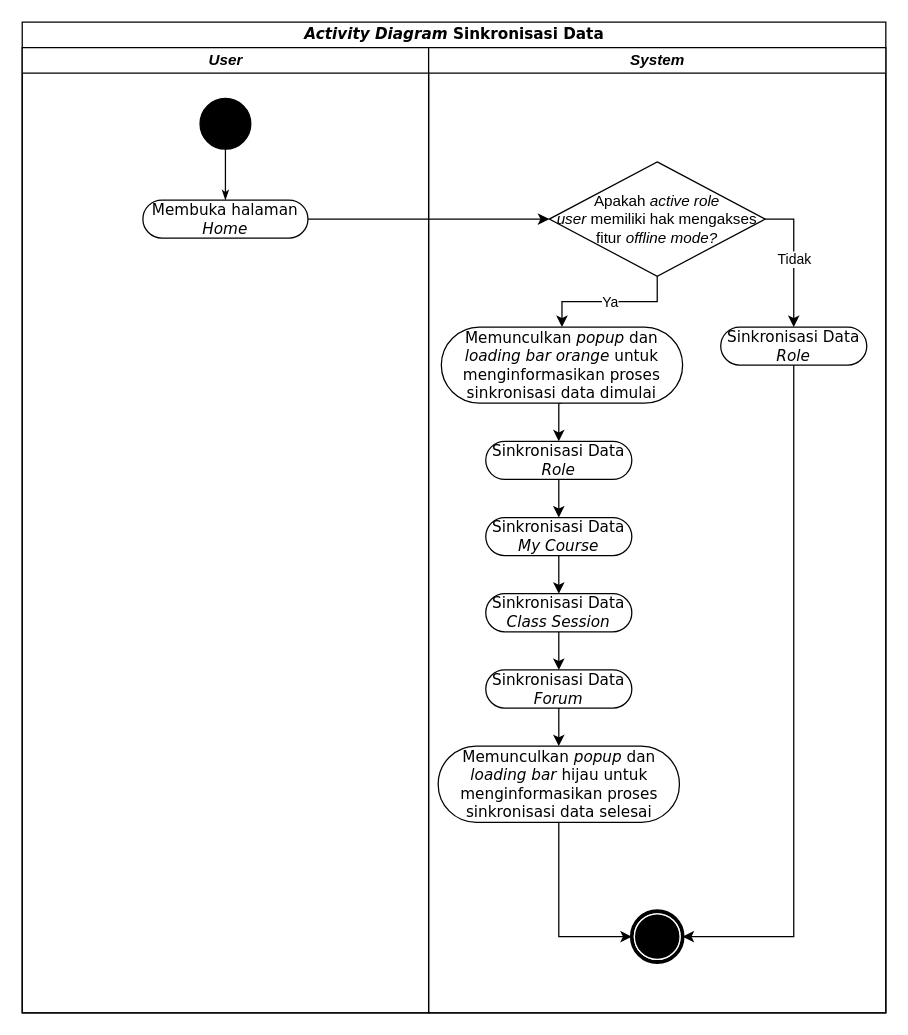
The draw.io diagram diagrams/sinkronisasi_data/Activity Diagram.drawio in angeliawidjaja/offline-mode-paper, before the edit. Source tidied: cells renumbered, new cells numbered last; positions are measured from the earlier drawing's top-left corner, leaving out a move shared by most shapes. Both pictures are drawn from the tidied source at 127%, with x=0, y=0 at pixel (22, 22).
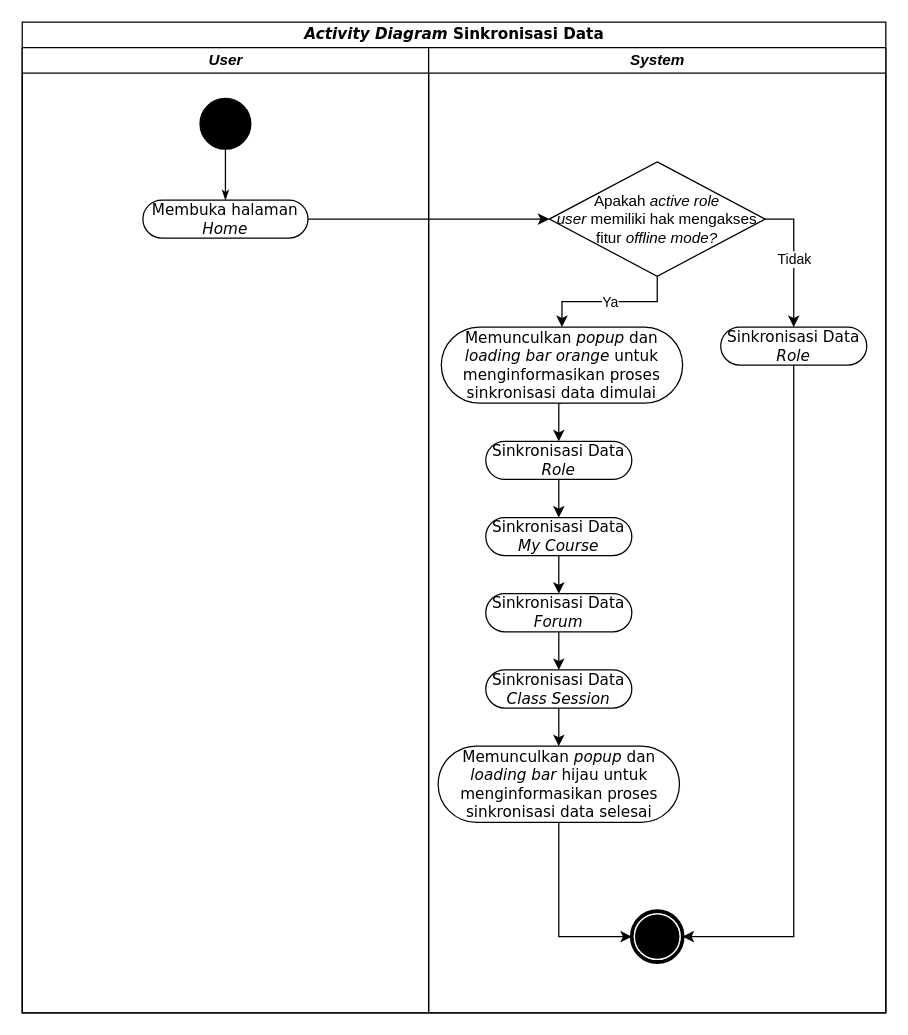
The same diagram, later.

Unchanged cells that the change refers to:
```xml
<mxCell id="7" value="&lt;i&gt;System&lt;/i&gt;" style="swimlane;html=1;startSize=20;" parent="2" vertex="1">
  <mxGeometry x="320" y="20" width="360" height="760" as="geometry" />
</mxCell>
```

What changed in the source:
```diff
@@
-    <mxCell id="15" value="Sinkronisasi Data &lt;i&gt;Class Session&lt;/i&gt;" style="rounded=1;whiteSpace=wrap;html=1;shadow=0;comic=0;labelBackgroundColor=none;strokeWidth=1;fontFamily=Verdana;fontSize=12;align=center;arcSize=50;" parent="7" vertex="1">
+    <mxCell id="15" value="Sinkronisasi Data &lt;i&gt;Forum&lt;/i&gt;" style="rounded=1;whiteSpace=wrap;html=1;shadow=0;comic=0;labelBackgroundColor=none;strokeWidth=1;fontFamily=Verdana;fontSize=12;align=center;arcSize=50;" parent="7" vertex="1">
       <mxGeometry x="45" y="430" width="115" height="30" as="geometry" />
     </mxCell>
@@
-    <mxCell id="17" value="Sinkronisasi Data &lt;i&gt;Forum&lt;/i&gt;" style="rounded=1;whiteSpace=wrap;html=1;shadow=0;comic=0;labelBackgroundColor=none;strokeWidth=1;fontFamily=Verdana;fontSize=12;align=center;arcSize=50;" parent="7" vertex="1">
+    <mxCell id="17" value="Sinkronisasi Data &lt;i&gt;Class Session&lt;/i&gt;" style="rounded=1;whiteSpace=wrap;html=1;shadow=0;comic=0;labelBackgroundColor=none;strokeWidth=1;fontFamily=Verdana;fontSize=12;align=center;arcSize=50;" parent="7" vertex="1">
       <mxGeometry x="45" y="490" width="115" height="30" as="geometry" />
     </mxCell>
```
